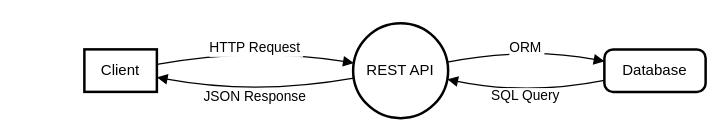
ArlanovCsb/responsive_menu keeps this draw.io diagram as Сервис адаптивного меню.drawio. Above is the earlier version. Source tidied: cells renumbered, new cells numbered last; positions are measured from the earlier drawing's top-left corner, leaving out a move shared by most shapes. Both pictures are drawn from the tidied source at 125%, with x=0, y=0 at pixel (84, 22).
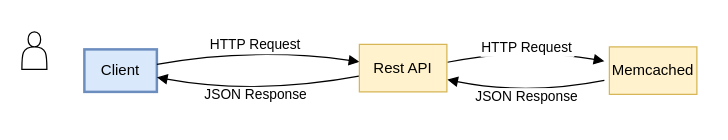
The same diagram, later.

Diff of the diagram source:
```diff
@@
 <mxGraphModel>
   <root>
     <mxCell id="0" />
     <mxCell id="1" parent="0" />
-    <mxCell id="2" value="Client" style="whiteSpace=wrap;strokeWidth=2;" parent="1" vertex="1">
+    <mxCell id="2" value="Client" style="whiteSpace=wrap;strokeWidth=2;fillColor=#dae8fc;strokeColor=#6c8ebf;" parent="1" vertex="1">
       <mxGeometry y="21" width="58" height="34" as="geometry" />
     </mxCell>
-    <mxCell id="3" value="REST API" style="ellipse;strokeWidth=2;whiteSpace=wrap;" parent="1" vertex="1">
-      <mxGeometry x="215" width="76" height="76" as="geometry" />
-    </mxCell>
-    <mxCell id="4" value="Database" style="rounded=1;absoluteArcSize=1;arcSize=14;whiteSpace=wrap;strokeWidth=2;" parent="1" vertex="1">
-      <mxGeometry x="416" y="21" width="81" height="34" as="geometry" />
-    </mxCell>
-    <mxCell id="5" value="HTTP Request" style="curved=1;startArrow=none;endArrow=block;exitX=1.0055226293103448;exitY=0.34927960710851086;entryX=0.0005139802631578947;entryY=0.4181233059155389;" parent="1" edge="1" source="2" target="3">
-      <mxGeometry relative="1" as="geometry">
+    <mxCell id="5" value="HTTP Request" style="curved=1;startArrow=none;endArrow=block;exitX=1.0055226293103448;exitY=0.34927960710851086;" parent="1" edge="1" source="2" target="9">
+      <mxGeometry x="-0.02" y="2" relative="1" as="geometry">
         <Array as="points">
           <mxPoint x="137" y="19" />
         </Array>
       </mxGeometry>
     </mxCell>
-    <mxCell id="6" value="JSON Response" style="curved=1;startArrow=none;endArrow=block;exitX=0.0005139802631578947;exitY=0.5861941282949874;entryX=1.0055226293103448;entryY=0.6603711281856067;" parent="1" edge="1" source="3" target="2">
-      <mxGeometry relative="1" as="geometry">
+    <mxCell id="6" value="JSON Response" style="curved=1;startArrow=none;endArrow=block;exitX=0.045;exitY=0.654;entryX=1.0055226293103448;entryY=0.6603711281856067;exitDx=0;exitDy=0;exitPerimeter=0;" parent="1" edge="1" source="9" target="2">
+      <mxGeometry x="0.04" y="-1" relative="1" as="geometry">
         <Array as="points">
           <mxPoint x="137" y="58" />
         </Array>
       </mxGeometry>
     </mxCell>
-    <mxCell id="7" value="ORM" style="curved=1;startArrow=none;endArrow=block;exitX=1.0048314144736843;exitY=0.40456181946892;entryX=-0.0036651234567901233;entryY=0.278978909763254;" parent="1" edge="1" source="3" target="4">
-      <mxGeometry relative="1" as="geometry">
+    <mxCell id="7" value="HTTP Request" style="curved=1;startArrow=none;endArrow=block;exitX=1.0048314144736843;exitY=0.40456181946892;entryX=-0.0036651234567901233;entryY=0.278978909763254;" parent="1" edge="1">
+      <mxGeometry x="0.01" relative="1" as="geometry">
+        <mxPoint x="290.4" y="31.3" as="sourcePoint" />
+        <mxPoint x="416" y="30.5" as="targetPoint" />
         <Array as="points">
           <mxPoint x="354" y="19" />
         </Array>
       </mxGeometry>
     </mxCell>
-    <mxCell id="8" value="SQL Query" style="curved=1;startArrow=none;endArrow=block;exitX=-0.0036651234567901233;exitY=0.7306718255308636;entryX=1.0048314144736843;entryY=0.5997556147416063;" parent="1" edge="1" source="4" target="3">
-      <mxGeometry relative="1" as="geometry">
+    <mxCell id="8" value="JSON Response" style="curved=1;startArrow=none;endArrow=block;exitX=-0.0036651234567901233;exitY=0.7306718255308636;entryX=1.0048314144736843;entryY=0.5997556147416063;" parent="1" edge="1">
+      <mxGeometry x="-0.01" relative="1" as="geometry">
+        <mxPoint x="416" y="45.8" as="sourcePoint" />
+        <mxPoint x="290.3" y="45.2" as="targetPoint" />
         <Array as="points">
           <mxPoint x="354" y="58" />
         </Array>
       </mxGeometry>
     </mxCell>
+    <mxCell id="9" value="Rest API" style="rounded=0;whiteSpace=wrap;html=1;fillColor=#fff2cc;strokeColor=#d6b656;" parent="1" vertex="1">
+      <mxGeometry x="220" y="17" width="70" height="38" as="geometry" />
+    </mxCell>
+    <mxCell id="10" value="Memcached" style="rounded=0;whiteSpace=wrap;html=1;fillColor=#fff2cc;strokeColor=#d6b656;" parent="1" vertex="1">
+      <mxGeometry x="420" y="19" width="70" height="38" as="geometry" />
+    </mxCell>
+    <mxCell id="11" style="shape=actor;whiteSpace=wrap;html=1;" parent="1" vertex="1">
+      <mxGeometry x="-50" y="7" width="20" height="30" as="geometry" />
+    </mxCell>
   </root>
 </mxGraphModel>
```
